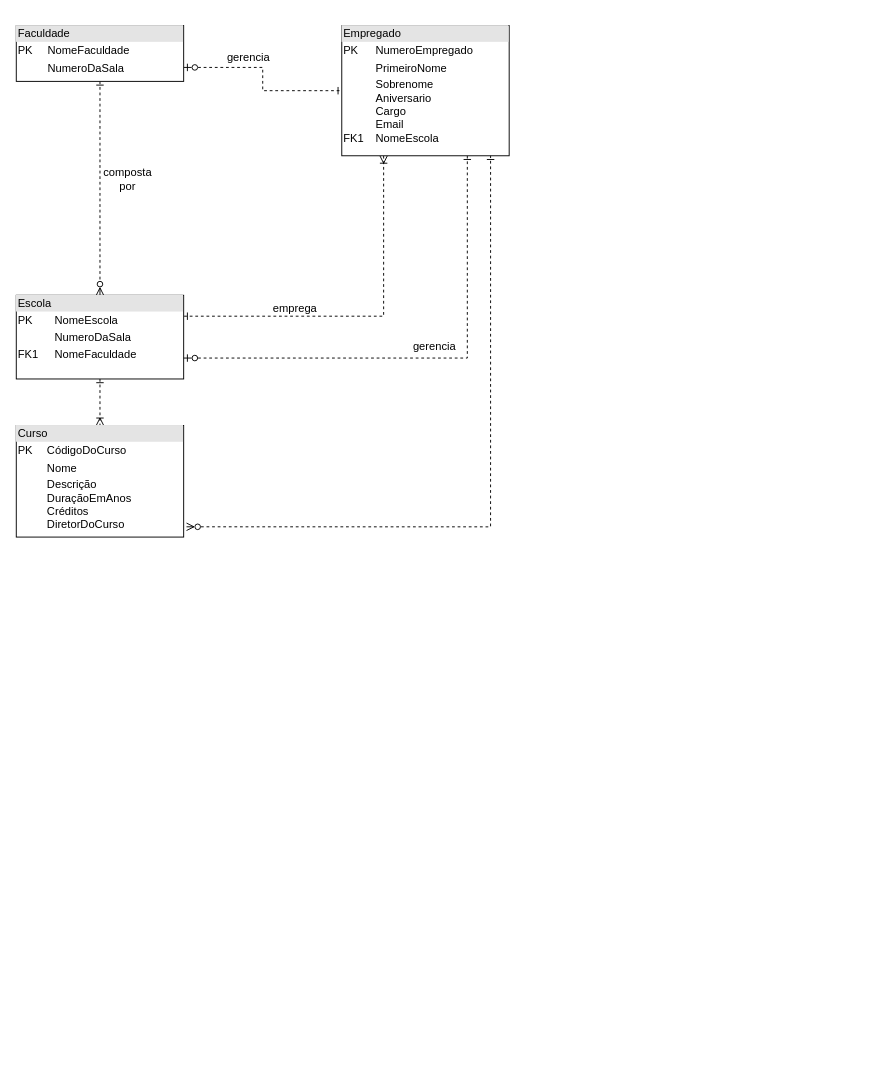
Above: Untitled Diagram.drawio in PabloBF/SQL_UEA (draw.io), before the change. Source tidied: cells renumbered, new cells numbered last; positions are measured from the earlier drawing's top-left corner, leaving out a move shared by most shapes. Both pictures are drawn from the tidied source at 93%, with x=0, y=0 at pixel (16, 25).
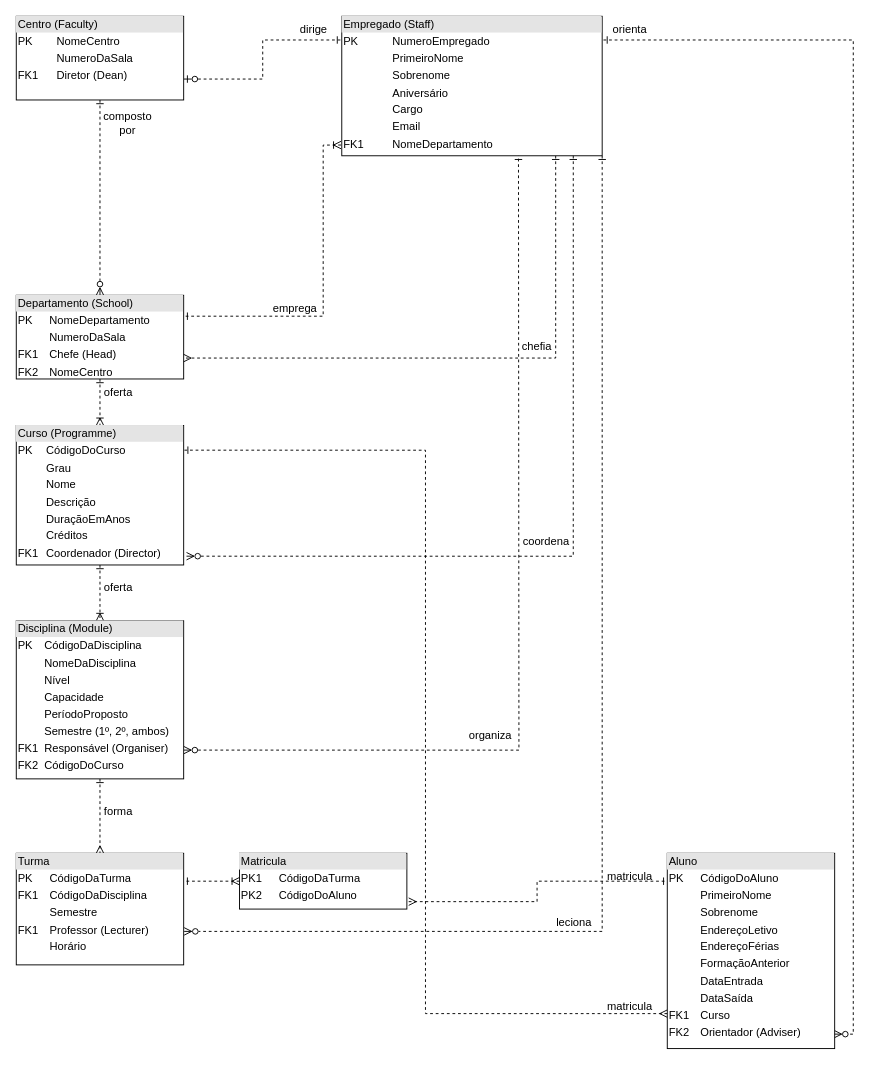
The same page after the edit.

Diff of the diagram source:
```diff
@@
-    <mxCell id="3" style="edgeStyle=orthogonalEdgeStyle;rounded=0;jettySize=auto;html=1;exitX=1;exitY=0.75;exitDx=0;exitDy=0;entryX=0;entryY=0.5;entryDx=0;entryDy=0;dashed=1;strokeColor=default;startArrow=ERzeroToOne;startFill=0;endArrow=ERone;endFill=0;" parent="1" edge="1" source="4" target="9">
+    <mxCell id="3" style="edgeStyle=orthogonalEdgeStyle;rounded=0;jettySize=auto;html=1;exitX=1;exitY=0.75;exitDx=0;exitDy=0;entryX=-0.003;entryY=0.17;entryDx=0;entryDy=0;dashed=1;strokeColor=default;startArrow=ERzeroToOne;startFill=0;endArrow=ERone;endFill=0;entryPerimeter=0;" parent="1" edge="1" source="4" target="9">
       <mxGeometry relative="1" as="geometry" />
     </mxCell>
-    <mxCell id="4" value="&lt;div style=&quot;box-sizing:border-box;width:100%;background:#e4e4e4;padding:2px;&quot;&gt;Faculdade&lt;/div&gt;&lt;table style=&quot;width:100%;font-size:1em;&quot; cellpadding=&quot;2&quot; cellspacing=&quot;0&quot;&gt;&lt;tbody&gt;&lt;tr&gt;&lt;td&gt;PK&lt;/td&gt;&lt;td&gt;NomeFaculdade&lt;/td&gt;&lt;/tr&gt;&lt;tr&gt;&lt;td&gt;&lt;br&gt;&lt;/td&gt;&lt;td&gt;NumeroDaSala&lt;/td&gt;&lt;/tr&gt;&lt;tr&gt;&lt;td&gt;&lt;/td&gt;&lt;td&gt;&lt;br&gt;&lt;/td&gt;&lt;/tr&gt;&lt;/tbody&gt;&lt;/table&gt;" style="verticalAlign=top;align=left;overflow=fill;html=1;" parent="1" vertex="1">
-      <mxGeometry width="180" height="60" as="geometry" />
+    <mxCell id="4" value="&lt;div style=&quot;box-sizing:border-box;width:100%;background:#e4e4e4;padding:2px;&quot;&gt;Centro (Faculty)&lt;/div&gt;&lt;table style=&quot;width:100%;font-size:1em;&quot; cellpadding=&quot;2&quot; cellspacing=&quot;0&quot;&gt;&lt;tbody&gt;&lt;tr&gt;&lt;td&gt;PK&lt;/td&gt;&lt;td&gt;NomeCentro&lt;/td&gt;&lt;/tr&gt;&lt;tr&gt;&lt;td&gt;&lt;br&gt;&lt;/td&gt;&lt;td&gt;NumeroDaSala&lt;br&gt;&lt;/td&gt;&lt;/tr&gt;&lt;tr&gt;&lt;td&gt;FK1&lt;/td&gt;&lt;td&gt;Diretor (Dean)&lt;/td&gt;&lt;/tr&gt;&lt;/tbody&gt;&lt;/table&gt;" style="verticalAlign=top;align=left;overflow=fill;html=1;" parent="1" vertex="1">
+      <mxGeometry y="-10" width="180" height="90" as="geometry" />
     </mxCell>
@@
-    <mxCell id="6" value="&lt;div style=&quot;box-sizing:border-box;width:100%;background:#e4e4e4;padding:2px;&quot;&gt;Escola&lt;/div&gt;&lt;table style=&quot;width:100%;font-size:1em;&quot; cellpadding=&quot;2&quot; cellspacing=&quot;0&quot;&gt;&lt;tbody&gt;&lt;tr&gt;&lt;td&gt;PK&lt;/td&gt;&lt;td&gt;NomeEscola&lt;/td&gt;&lt;/tr&gt;&lt;tr&gt;&lt;td&gt;&lt;br&gt;&lt;/td&gt;&lt;td&gt;NumeroDaSala&lt;/td&gt;&lt;/tr&gt;&lt;tr&gt;&lt;td&gt;FK1&lt;/td&gt;&lt;td&gt;NomeFaculdade&lt;/td&gt;&lt;/tr&gt;&lt;/tbody&gt;&lt;/table&gt;" style="verticalAlign=top;align=left;overflow=fill;html=1;" parent="1" vertex="1">
+    <mxCell id="6" value="&lt;div style=&quot;box-sizing:border-box;width:100%;background:#e4e4e4;padding:2px;&quot;&gt;Departamento (School)&lt;/div&gt;&lt;table style=&quot;width:100%;font-size:1em;&quot; cellpadding=&quot;2&quot; cellspacing=&quot;0&quot;&gt;&lt;tbody&gt;&lt;tr&gt;&lt;td&gt;PK&lt;/td&gt;&lt;td&gt;NomeDepartamento&lt;/td&gt;&lt;/tr&gt;&lt;tr&gt;&lt;td&gt;&lt;br&gt;&lt;/td&gt;&lt;td&gt;NumeroDaSala&lt;/td&gt;&lt;/tr&gt;&lt;tr&gt;&lt;td&gt;FK1&lt;/td&gt;&lt;td&gt;Chefe (Head)&lt;/td&gt;&lt;/tr&gt;&lt;tr&gt;&lt;td&gt;FK2&lt;/td&gt;&lt;td&gt;NomeCentro&lt;/td&gt;&lt;/tr&gt;&lt;/tbody&gt;&lt;/table&gt;" style="verticalAlign=top;align=left;overflow=fill;html=1;" parent="1" vertex="1">
       <mxGeometry y="290" width="180" height="90" as="geometry" />
     </mxCell>
-    <mxCell id="7" style="edgeStyle=orthogonalEdgeStyle;rounded=0;jettySize=auto;html=1;entryX=1;entryY=0.25;entryDx=0;entryDy=0;dashed=1;strokeColor=default;startArrow=ERoneToMany;startFill=0;endArrow=ERone;endFill=0;exitX=0.25;exitY=1;exitDx=0;exitDy=0;" parent="1" edge="1" source="9" target="6">
-      <mxGeometry relative="1" as="geometry" />
+    <mxCell id="7" style="edgeStyle=orthogonalEdgeStyle;rounded=0;jettySize=auto;html=1;entryX=1;entryY=0.25;entryDx=0;entryDy=0;dashed=1;strokeColor=default;startArrow=ERoneToMany;startFill=0;endArrow=ERone;endFill=0;exitX=-0.003;exitY=0.923;exitDx=0;exitDy=0;exitPerimeter=0;" parent="1" edge="1" source="9" target="6">
+      <mxGeometry relative="1" as="geometry">
+        <Array as="points">
+          <mxPoint x="330" y="129" />
+          <mxPoint x="330" y="313" />
+        </Array>
+      </mxGeometry>
     </mxCell>
-    <mxCell id="8" style="edgeStyle=orthogonalEdgeStyle;rounded=0;jettySize=auto;html=1;exitX=0.75;exitY=1;exitDx=0;exitDy=0;entryX=1;entryY=0.75;entryDx=0;entryDy=0;dashed=1;strokeColor=default;startArrow=ERone;startFill=0;endArrow=ERzeroToOne;endFill=0;" parent="1" edge="1" source="9" target="6">
-      <mxGeometry relative="1" as="geometry" />
+    <mxCell id="8" style="edgeStyle=orthogonalEdgeStyle;rounded=0;jettySize=auto;html=1;entryX=1;entryY=0.75;entryDx=0;entryDy=0;dashed=1;startArrow=ERone;startFill=0;endArrow=ERmany;endFill=0;" parent="1" edge="1" source="9" target="6">
+      <mxGeometry relative="1" as="geometry">
+        <Array as="points">
+          <mxPoint x="580" y="358" />
+        </Array>
+      </mxGeometry>
     </mxCell>
+    <mxCell id="16" style="edgeStyle=orthogonalEdgeStyle;rounded=0;jettySize=auto;html=1;entryX=1.003;entryY=0.7;entryDx=0;entryDy=0;entryPerimeter=0;dashed=1;startArrow=ERone;startFill=0;endArrow=ERzeroToMany;endFill=0;" parent="1" edge="1" source="9" target="25">
+      <mxGeometry relative="1" as="geometry">
+        <Array as="points">
+          <mxPoint x="630" y="974" />
+        </Array>
+      </mxGeometry>
+    </mxCell>
+    <mxCell id="17" style="edgeStyle=orthogonalEdgeStyle;rounded=0;jettySize=auto;html=1;entryX=0.997;entryY=0.926;entryDx=0;entryDy=0;entryPerimeter=0;dashed=1;startArrow=ERone;startFill=0;endArrow=ERzeroToMany;endFill=0;exitX=1.005;exitY=0.17;exitDx=0;exitDy=0;exitPerimeter=0;" parent="1" edge="1" source="9" target="33">
+      <mxGeometry relative="1" as="geometry" />
+    </mxCell>
-    <mxCell id="9" value="&lt;div style=&quot;box-sizing:border-box;width:100%;background:#e4e4e4;padding:2px;&quot;&gt;Empregado&lt;/div&gt;&lt;table style=&quot;width:100%;font-size:1em;&quot; cellpadding=&quot;2&quot; cellspacing=&quot;0&quot;&gt;&lt;tbody&gt;&lt;tr&gt;&lt;td&gt;PK&lt;/td&gt;&lt;td&gt;NumeroEmpregado&lt;/td&gt;&lt;/tr&gt;&lt;tr&gt;&lt;td&gt;&lt;br&gt;&lt;/td&gt;&lt;td&gt;PrimeiroNome&lt;/td&gt;&lt;/tr&gt;&lt;tr&gt;&lt;td&gt;&lt;br&gt;&lt;br&gt;&lt;br&gt;&lt;br&gt;FK1&lt;/td&gt;&lt;td&gt;Sobrenome&lt;br&gt;Aniversario&lt;br&gt;Cargo&lt;br&gt;Email&lt;br&gt;NomeEscola&lt;/td&gt;&lt;/tr&gt;&lt;/tbody&gt;&lt;/table&gt;" style="verticalAlign=top;align=left;overflow=fill;html=1;" parent="1" vertex="1">
-      <mxGeometry x="350" width="180" height="140" as="geometry" />
+    <mxCell id="9" value="&lt;div style=&quot;box-sizing:border-box;width:100%;background:#e4e4e4;padding:2px;&quot;&gt;Empregado (Staff)&lt;/div&gt;&lt;table style=&quot;width:100%;font-size:1em;&quot; cellpadding=&quot;2&quot; cellspacing=&quot;0&quot;&gt;&lt;tbody&gt;&lt;tr&gt;&lt;td&gt;PK&lt;/td&gt;&lt;td&gt;NumeroEmpregado&lt;/td&gt;&lt;/tr&gt;&lt;tr&gt;&lt;td&gt;&lt;br&gt;&lt;/td&gt;&lt;td&gt;PrimeiroNome&lt;/td&gt;&lt;/tr&gt;&lt;tr&gt;&lt;td&gt;&lt;br&gt;&lt;/td&gt;&lt;td&gt;Sobrenome&lt;/td&gt;&lt;/tr&gt;&lt;tr&gt;&lt;td&gt;&lt;br&gt;&lt;/td&gt;&lt;td&gt;Aniversário&lt;/td&gt;&lt;/tr&gt;&lt;tr&gt;&lt;td&gt;&lt;br&gt;&lt;/td&gt;&lt;td&gt;Cargo&lt;/td&gt;&lt;/tr&gt;&lt;tr&gt;&lt;td&gt;&lt;br&gt;&lt;/td&gt;&lt;td&gt;Email&lt;/td&gt;&lt;/tr&gt;&lt;tr&gt;&lt;td&gt;FK1&lt;/td&gt;&lt;td&gt;NomeDepartamento&lt;/td&gt;&lt;/tr&gt;&lt;tr&gt;&lt;td&gt;&lt;/td&gt;&lt;td&gt;&lt;br&gt;&lt;/td&gt;&lt;/tr&gt;&lt;/tbody&gt;&lt;/table&gt;" style="verticalAlign=top;align=left;overflow=fill;html=1;" parent="1" vertex="1">
+      <mxGeometry x="350" y="-10" width="280" height="150" as="geometry" />
     </mxCell>
-    <mxCell id="10" value="composta por" style="text;strokeColor=none;align=center;fillColor=none;html=1;verticalAlign=middle;whiteSpace=wrap;rounded=0;" parent="1" vertex="1">
-      <mxGeometry x="90" y="150" width="60" height="30" as="geometry" />
+    <mxCell id="10" value="composto por" style="text;strokeColor=none;align=center;fillColor=none;html=1;verticalAlign=middle;whiteSpace=wrap;rounded=0;" parent="1" vertex="1">
+      <mxGeometry x="90" y="90" width="60" height="30" as="geometry" />
     </mxCell>
-    <mxCell id="11" value="gerencia" style="text;strokeColor=none;align=center;fillColor=none;html=1;verticalAlign=middle;whiteSpace=wrap;rounded=0;" parent="1" vertex="1">
-      <mxGeometry x="220" y="20" width="60" height="30" as="geometry" />
+    <mxCell id="11" value="dirige" style="text;strokeColor=none;align=center;fillColor=none;html=1;verticalAlign=middle;whiteSpace=wrap;rounded=0;" parent="1" vertex="1">
+      <mxGeometry x="290" y="-10" width="60" height="30" as="geometry" />
     </mxCell>
@@
-    <mxCell id="13" value="gerencia" style="text;strokeColor=none;align=center;fillColor=none;html=1;verticalAlign=middle;whiteSpace=wrap;rounded=0;" parent="1" vertex="1">
-      <mxGeometry x="420" y="330" width="60" height="30" as="geometry" />
+    <mxCell id="13" value="chefia" style="text;strokeColor=none;align=center;fillColor=none;html=1;verticalAlign=middle;whiteSpace=wrap;rounded=0;" parent="1" vertex="1">
+      <mxGeometry x="530" y="330" width="60" height="30" as="geometry" />
     </mxCell>
-    <mxCell id="14" style="edgeStyle=orthogonalEdgeStyle;rounded=0;jettySize=auto;html=1;entryX=0.889;entryY=1;entryDx=0;entryDy=0;entryPerimeter=0;startArrow=ERzeroToMany;startFill=0;endArrow=ERone;endFill=0;exitX=1.017;exitY=0.908;exitDx=0;exitDy=0;exitPerimeter=0;dashed=1;" parent="1" edge="1" source="15" target="9">
+    <mxCell id="14" style="edgeStyle=orthogonalEdgeStyle;rounded=0;jettySize=auto;html=1;entryX=0.889;entryY=1;entryDx=0;entryDy=0;entryPerimeter=0;startArrow=ERzeroToMany;startFill=0;endArrow=ERone;endFill=0;exitX=1.017;exitY=0.937;exitDx=0;exitDy=0;exitPerimeter=0;dashed=1;" parent="1" edge="1" source="15" target="9">
       <mxGeometry relative="1" as="geometry" />
     </mxCell>
+    <mxCell id="18" style="edgeStyle=orthogonalEdgeStyle;rounded=0;jettySize=auto;html=1;entryX=0.5;entryY=0;entryDx=0;entryDy=0;dashed=1;startArrow=ERone;startFill=0;endArrow=ERoneToMany;endFill=0;" parent="1" edge="1" source="15" target="23">
+      <mxGeometry relative="1" as="geometry" />
+    </mxCell>
-    <mxCell id="15" value="&lt;div style=&quot;box-sizing:border-box;width:100%;background:#e4e4e4;padding:2px;&quot;&gt;Curso&lt;/div&gt;&lt;table style=&quot;width:100%;font-size:1em;&quot; cellpadding=&quot;2&quot; cellspacing=&quot;0&quot;&gt;&lt;tbody&gt;&lt;tr&gt;&lt;td&gt;PK&lt;/td&gt;&lt;td&gt;CódigoDoCurso&lt;/td&gt;&lt;/tr&gt;&lt;tr&gt;&lt;td&gt;&lt;br&gt;&lt;/td&gt;&lt;td&gt;Nome&lt;/td&gt;&lt;/tr&gt;&lt;tr&gt;&lt;td&gt;&lt;/td&gt;&lt;td&gt;Descrição&lt;br&gt;DuraçãoEmAnos&lt;br&gt;Créditos&lt;br&gt;DiretorDoCurso&lt;/td&gt;&lt;/tr&gt;&lt;/tbody&gt;&lt;/table&gt;" style="verticalAlign=top;align=left;overflow=fill;html=1;" parent="1" vertex="1">
-      <mxGeometry y="430" width="180" height="120" as="geometry" />
+    <mxCell id="15" value="&lt;div style=&quot;box-sizing:border-box;width:100%;background:#e4e4e4;padding:2px;&quot;&gt;Curso (Programme)&lt;/div&gt;&lt;table style=&quot;width:100%;font-size:1em;&quot; cellpadding=&quot;2&quot; cellspacing=&quot;0&quot;&gt;&lt;tbody&gt;&lt;tr&gt;&lt;td&gt;PK&lt;/td&gt;&lt;td&gt;CódigoDoCurso&lt;/td&gt;&lt;/tr&gt;&lt;tr&gt;&lt;td&gt;&lt;br&gt;&lt;/td&gt;&lt;td&gt;Grau&lt;/td&gt;&lt;/tr&gt;&lt;tr&gt;&lt;td&gt;&lt;br&gt;&lt;/td&gt;&lt;td&gt;Nome&lt;/td&gt;&lt;/tr&gt;&lt;tr&gt;&lt;td&gt;&lt;br&gt;&lt;/td&gt;&lt;td&gt;Descrição&lt;br&gt;&lt;/td&gt;&lt;/tr&gt;&lt;tr&gt;&lt;td&gt;&lt;br&gt;&lt;/td&gt;&lt;td&gt;DuraçãoEmAnos&lt;/td&gt;&lt;/tr&gt;&lt;tr&gt;&lt;td&gt;&lt;br&gt;&lt;/td&gt;&lt;td&gt;Créditos&lt;/td&gt;&lt;/tr&gt;&lt;tr&gt;&lt;td&gt;FK1&lt;/td&gt;&lt;td&gt;Coordenador (Director)&lt;/td&gt;&lt;/tr&gt;&lt;tr&gt;&lt;td&gt;&lt;br&gt;&lt;/td&gt;&lt;td&gt;&lt;br&gt;&lt;/td&gt;&lt;/tr&gt;&lt;/tbody&gt;&lt;/table&gt;" style="verticalAlign=top;align=left;overflow=fill;html=1;" parent="1" vertex="1">
+      <mxGeometry y="430" width="180" height="150" as="geometry" />
     </mxCell>
+    <mxCell id="19" value="oferta" style="text;strokeColor=none;align=center;fillColor=none;html=1;verticalAlign=middle;whiteSpace=wrap;rounded=0;" parent="1" vertex="1">
+      <mxGeometry x="80" y="380" width="60" height="30" as="geometry" />
+    </mxCell>
+    <mxCell id="20" value="coordena" style="text;strokeColor=none;align=center;fillColor=none;html=1;verticalAlign=middle;whiteSpace=wrap;rounded=0;" parent="1" vertex="1">
+      <mxGeometry x="540" y="540" width="60" height="30" as="geometry" />
+    </mxCell>
+    <mxCell id="21" style="edgeStyle=orthogonalEdgeStyle;rounded=0;jettySize=auto;html=1;dashed=1;startArrow=ERzeroToMany;startFill=0;endArrow=ERone;endFill=0;exitX=1;exitY=0.818;exitDx=0;exitDy=0;exitPerimeter=0;" parent="1" edge="1" source="23">
+      <mxGeometry relative="1" as="geometry">
+        <mxPoint x="540" y="140" as="targetPoint" />
+      </mxGeometry>
+    </mxCell>
+    <mxCell id="22" style="edgeStyle=orthogonalEdgeStyle;rounded=0;jettySize=auto;html=1;dashed=1;startArrow=ERone;startFill=0;endArrow=ERmany;endFill=0;" parent="1" edge="1" source="23" target="25">
+      <mxGeometry relative="1" as="geometry" />
+    </mxCell>
+    <mxCell id="23" value="&lt;div style=&quot;box-sizing:border-box;width:100%;background:#e4e4e4;padding:2px;&quot;&gt;Disciplina (Module)&lt;/div&gt;&lt;table style=&quot;width:100%;font-size:1em;&quot; cellpadding=&quot;2&quot; cellspacing=&quot;0&quot;&gt;&lt;tbody&gt;&lt;tr&gt;&lt;td&gt;PK&lt;/td&gt;&lt;td&gt;CódigoDaDisciplina&lt;/td&gt;&lt;/tr&gt;&lt;tr&gt;&lt;td&gt;&lt;br&gt;&lt;/td&gt;&lt;td&gt;NomeDaDisciplina&lt;/td&gt;&lt;/tr&gt;&lt;tr&gt;&lt;td&gt;&lt;/td&gt;&lt;td&gt;Nível&lt;/td&gt;&lt;/tr&gt;&lt;tr&gt;&lt;td&gt;&lt;br&gt;&lt;/td&gt;&lt;td&gt;Capacidade&lt;/td&gt;&lt;/tr&gt;&lt;tr&gt;&lt;td&gt;&lt;br&gt;&lt;/td&gt;&lt;td&gt;PeríodoProposto&lt;/td&gt;&lt;/tr&gt;&lt;tr&gt;&lt;td&gt;&lt;br&gt;&lt;/td&gt;&lt;td&gt;Semestre (1º, 2º, ambos)&lt;/td&gt;&lt;/tr&gt;&lt;tr&gt;&lt;td&gt;FK1&lt;/td&gt;&lt;td&gt;Responsável (Organiser)&lt;/td&gt;&lt;/tr&gt;&lt;tr&gt;&lt;td&gt;FK2&lt;/td&gt;&lt;td&gt;CódigoDoCurso&lt;/td&gt;&lt;/tr&gt;&lt;/tbody&gt;&lt;/table&gt;" style="verticalAlign=top;align=left;overflow=fill;html=1;" parent="1" vertex="1">
+      <mxGeometry y="640" width="180" height="170" as="geometry" />
+    </mxCell>
+    <mxCell id="24" value="oferta" style="text;html=1;strokeColor=none;fillColor=none;align=center;verticalAlign=middle;whiteSpace=wrap;rounded=0;" parent="1" vertex="1">
+      <mxGeometry x="80" y="590" width="60" height="30" as="geometry" />
+    </mxCell>
+    <mxCell id="25" value="&lt;div style=&quot;box-sizing:border-box;width:100%;background:#e4e4e4;padding:2px;&quot;&gt;Turma&lt;/div&gt;&lt;table style=&quot;width:100%;font-size:1em;&quot; cellpadding=&quot;2&quot; cellspacing=&quot;0&quot;&gt;&lt;tbody&gt;&lt;tr&gt;&lt;td&gt;PK&lt;/td&gt;&lt;td&gt;CódigoDaTurma&lt;/td&gt;&lt;/tr&gt;&lt;tr&gt;&lt;td&gt;FK1&lt;/td&gt;&lt;td&gt;CódigoDaDisciplina&lt;/td&gt;&lt;/tr&gt;&lt;tr&gt;&lt;td&gt;&lt;br&gt;&lt;/td&gt;&lt;td&gt;Semestre&lt;/td&gt;&lt;/tr&gt;&lt;tr&gt;&lt;td&gt;FK1&lt;/td&gt;&lt;td&gt;Professor (Lecturer)&lt;/td&gt;&lt;/tr&gt;&lt;tr&gt;&lt;td&gt;&lt;br&gt;&lt;/td&gt;&lt;td&gt;Horário&lt;/td&gt;&lt;/tr&gt;&lt;/tbody&gt;&lt;/table&gt;" style="verticalAlign=top;align=left;overflow=fill;html=1;" parent="1" vertex="1">
+      <mxGeometry y="890" width="180" height="120" as="geometry" />
+    </mxCell>
+    <mxCell id="26" value="forma" style="text;html=1;strokeColor=none;fillColor=none;align=center;verticalAlign=middle;whiteSpace=wrap;rounded=0;" parent="1" vertex="1">
+      <mxGeometry x="80" y="830" width="60" height="30" as="geometry" />
+    </mxCell>
+    <mxCell id="27" value="organiza" style="text;html=1;strokeColor=none;fillColor=none;align=center;verticalAlign=middle;whiteSpace=wrap;rounded=0;" parent="1" vertex="1">
+      <mxGeometry x="480" y="749" width="60" height="30" as="geometry" />
+    </mxCell>
+    <mxCell id="28" style="edgeStyle=orthogonalEdgeStyle;rounded=0;jettySize=auto;html=1;entryX=1;entryY=0.25;entryDx=0;entryDy=0;dashed=1;startArrow=ERoneToMany;startFill=0;endArrow=ERone;endFill=0;" parent="1" edge="1" source="30" target="25">
+      <mxGeometry relative="1" as="geometry" />
+    </mxCell>
+    <mxCell id="29" style="edgeStyle=orthogonalEdgeStyle;rounded=0;jettySize=auto;html=1;entryX=0;entryY=0.143;entryDx=0;entryDy=0;entryPerimeter=0;dashed=1;startArrow=ERmany;startFill=0;endArrow=ERone;endFill=0;exitX=1.011;exitY=0.867;exitDx=0;exitDy=0;exitPerimeter=0;" parent="1" edge="1" source="30" target="33">
+      <mxGeometry relative="1" as="geometry" />
+    </mxCell>
+    <mxCell id="30" value="&lt;div style=&quot;box-sizing:border-box;width:100%;background:#e4e4e4;padding:2px;&quot;&gt;Matricula&lt;/div&gt;&lt;table style=&quot;width:100%;font-size:1em;&quot; cellpadding=&quot;2&quot; cellspacing=&quot;0&quot;&gt;&lt;tbody&gt;&lt;tr&gt;&lt;td&gt;PK1&lt;/td&gt;&lt;td&gt;CódigoDaTurma&lt;/td&gt;&lt;/tr&gt;&lt;tr&gt;&lt;td&gt;PK2&lt;/td&gt;&lt;td&gt;CódigoDoAluno&lt;/td&gt;&lt;/tr&gt;&lt;/tbody&gt;&lt;/table&gt;" style="verticalAlign=top;align=left;overflow=fill;html=1;" parent="1" vertex="1">
+      <mxGeometry x="240" y="890" width="180" height="60" as="geometry" />
+    </mxCell>
+    <mxCell id="31" value="leciona" style="text;html=1;strokeColor=none;fillColor=none;align=center;verticalAlign=middle;whiteSpace=wrap;rounded=0;" parent="1" vertex="1">
+      <mxGeometry x="570" y="950" width="60" height="30" as="geometry" />
+    </mxCell>
+    <mxCell id="32" style="edgeStyle=orthogonalEdgeStyle;rounded=0;jettySize=auto;html=1;entryX=1.003;entryY=0.177;entryDx=0;entryDy=0;entryPerimeter=0;dashed=1;startArrow=ERmany;startFill=0;endArrow=ERone;endFill=0;exitX=0;exitY=0.821;exitDx=0;exitDy=0;exitPerimeter=0;" parent="1" edge="1" source="33" target="15">
+      <mxGeometry relative="1" as="geometry" />
+    </mxCell>
+    <mxCell id="33" value="&lt;div style=&quot;box-sizing:border-box;width:100%;background:#e4e4e4;padding:2px;&quot;&gt;Aluno&lt;/div&gt;&lt;table style=&quot;width:100%;font-size:1em;&quot; cellpadding=&quot;2&quot; cellspacing=&quot;0&quot;&gt;&lt;tbody&gt;&lt;tr&gt;&lt;td&gt;PK&lt;/td&gt;&lt;td&gt;CódigoDoAluno&lt;/td&gt;&lt;/tr&gt;&lt;tr&gt;&lt;td&gt;&lt;br&gt;&lt;/td&gt;&lt;td&gt;PrimeiroNome&lt;/td&gt;&lt;/tr&gt;&lt;tr&gt;&lt;td&gt;&lt;/td&gt;&lt;td&gt;Sobrenome&lt;/td&gt;&lt;/tr&gt;&lt;tr&gt;&lt;td&gt;&lt;br&gt;&lt;/td&gt;&lt;td&gt;EndereçoLetivo&lt;/td&gt;&lt;/tr&gt;&lt;tr&gt;&lt;td&gt;&lt;br&gt;&lt;/td&gt;&lt;td&gt;EndereçoFérias&lt;/td&gt;&lt;/tr&gt;&lt;tr&gt;&lt;td&gt;&lt;br&gt;&lt;/td&gt;&lt;td&gt;FormaçãoAnterior&lt;/td&gt;&lt;/tr&gt;&lt;tr&gt;&lt;td&gt;&lt;br&gt;&lt;/td&gt;&lt;td&gt;DataEntrada&lt;/td&gt;&lt;/tr&gt;&lt;tr&gt;&lt;td&gt;&lt;br&gt;&lt;/td&gt;&lt;td&gt;DataSaída&lt;/td&gt;&lt;/tr&gt;&lt;tr&gt;&lt;td&gt;FK1&lt;/td&gt;&lt;td&gt;Curso&lt;/td&gt;&lt;/tr&gt;&lt;tr&gt;&lt;td&gt;FK2&lt;/td&gt;&lt;td&gt;Orientador (Adviser)&lt;/td&gt;&lt;/tr&gt;&lt;/tbody&gt;&lt;/table&gt;" style="verticalAlign=top;align=left;overflow=fill;html=1;" parent="1" vertex="1">
+      <mxGeometry x="700" y="890" width="180" height="210" as="geometry" />
+    </mxCell>
+    <mxCell id="34" value="orienta" style="text;html=1;strokeColor=none;fillColor=none;align=center;verticalAlign=middle;whiteSpace=wrap;rounded=0;" parent="1" vertex="1">
+      <mxGeometry x="630" y="-10" width="60" height="30" as="geometry" />
+    </mxCell>
+    <mxCell id="35" value="matricula" style="text;html=1;strokeColor=none;fillColor=none;align=center;verticalAlign=middle;whiteSpace=wrap;rounded=0;" parent="1" vertex="1">
+      <mxGeometry x="630" y="900" width="60" height="30" as="geometry" />
+    </mxCell>
+    <mxCell id="36" value="matricula" style="text;html=1;strokeColor=none;fillColor=none;align=center;verticalAlign=middle;whiteSpace=wrap;rounded=0;" parent="1" vertex="1">
+      <mxGeometry x="630" y="1040" width="60" height="30" as="geometry" />
+    </mxCell>
```
